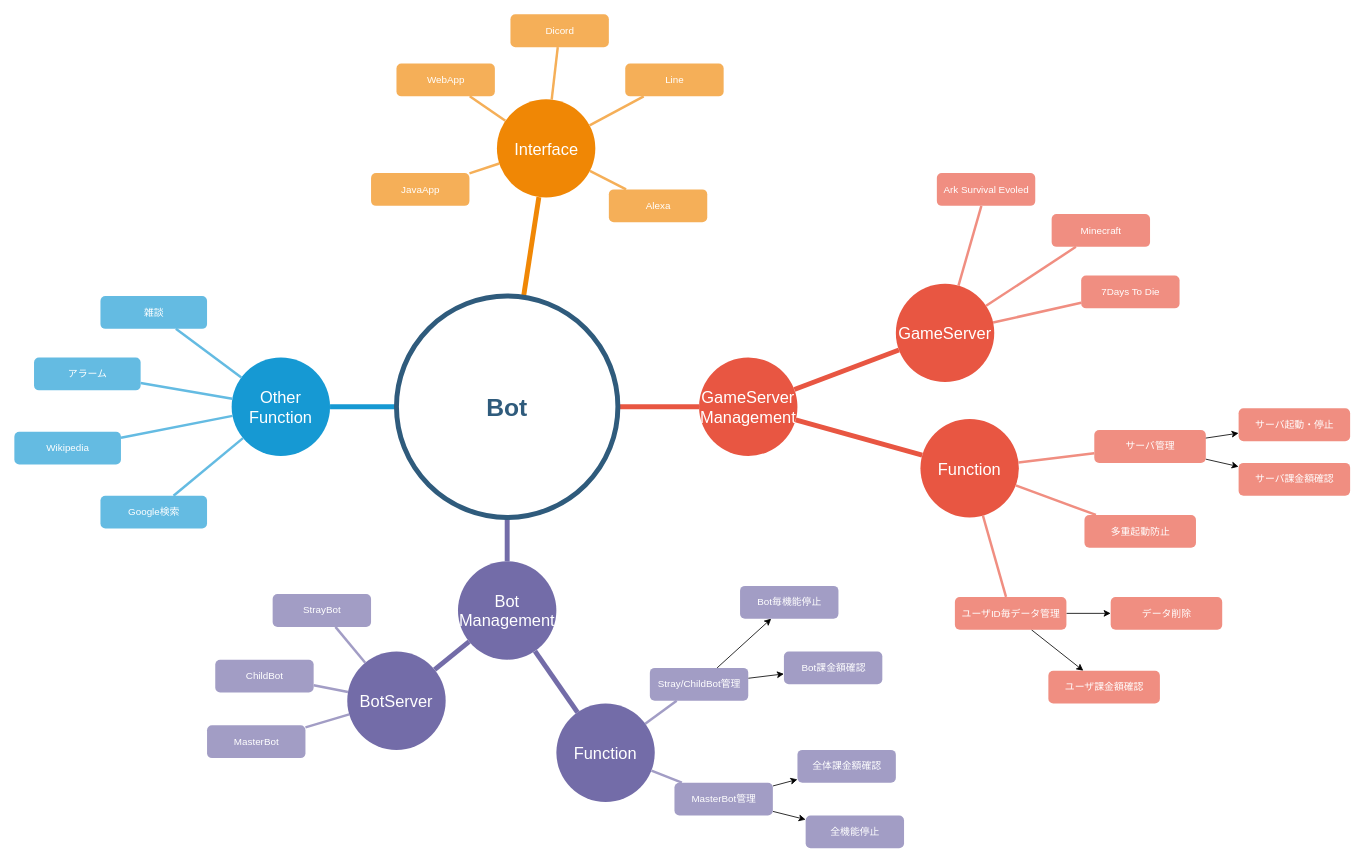
The draw.io diagram mindmap.drawio in Lyne2020/SabacanBot, before the edit. Source tidied: cells renumbered, new cells numbered last; positions are measured from the earlier drawing's top-left corner, leaving out a move shared by most shapes. Both pictures are drawn from the tidied source at 82%, with x=0, y=0 at pixel (14, 14).
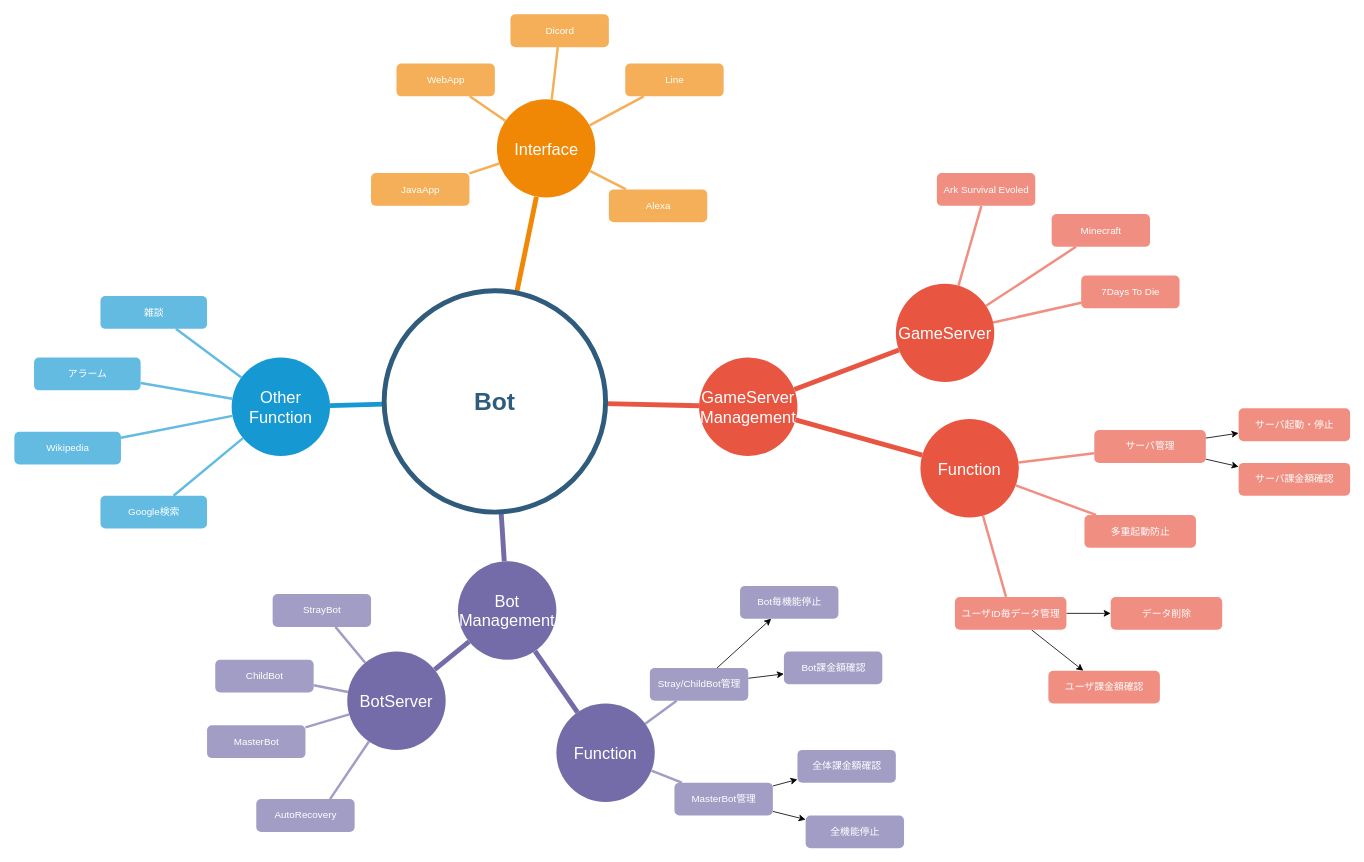
The same diagram, later.

Unchanged cells that the change refers to:
```xml
<mxCell id="66" value="BotServer" style="ellipse;whiteSpace=wrap;html=1;shadow=0;fontFamily=Helvetica;fontSize=20;fontColor=#FFFFFF;align=center;strokeWidth=3;fillColor=#736ca8;strokeColor=none;" parent="1" vertex="1">
  <mxGeometry x="406" y="777" width="120" height="120" as="geometry" />
</mxCell>
```

The edit, as a diff of the source:
```diff
@@
     <mxCell id="29" value="Bot" style="ellipse;whiteSpace=wrap;html=1;shadow=0;fontFamily=Helvetica;fontSize=30;fontColor=#2F5B7C;align=center;strokeColor=#2F5B7C;strokeWidth=6;fillColor=#FFFFFF;fontStyle=1;gradientColor=none;" parent="1" vertex="1">
-      <mxGeometry x="466" y="343.5" width="270" height="270" as="geometry" />
+      <mxGeometry x="451" y="337" width="270" height="270" as="geometry" />
     </mxCell>
@@
+    <mxCell id="76" value="AutoRecovery" style="rounded=1;fillColor=#a29dc5;strokeColor=none;strokeWidth=3;shadow=0;html=1;fontColor=#FFFFFF;arcSize=15;" parent="1" vertex="1">
+      <mxGeometry x="295" y="957" width="120" height="40" as="geometry" />
+    </mxCell>
+    <mxCell id="77" style="edgeStyle=none;endArrow=none;strokeWidth=3;strokeColor=#A29DC5;html=1;entryX=0.75;entryY=0;entryDx=0;entryDy=0;" parent="1" edge="1" source="66" target="76">
+      <mxGeometry x="-625.9" y="418.2" as="geometry" />
+    </mxCell>
```
